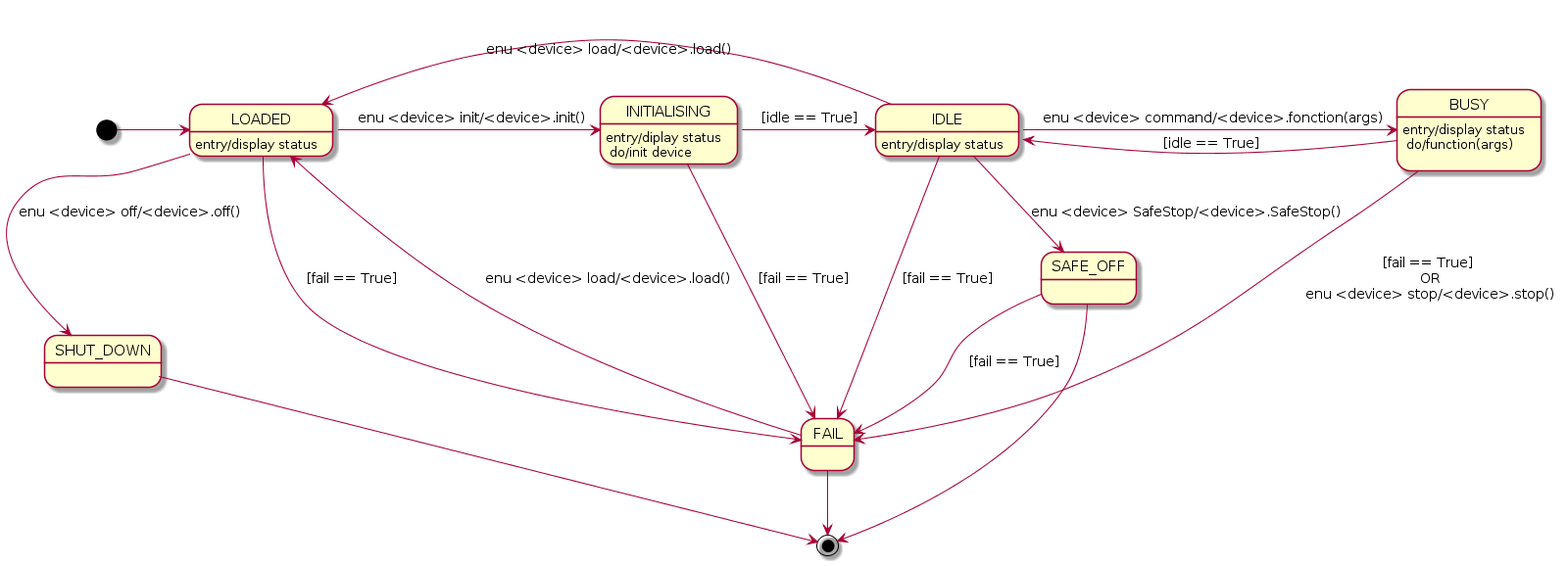
Subaru-PFS/ics_enuActor keeps this PlantUML diagram as python/docs/state_diagram.png. Above is the earlier version.
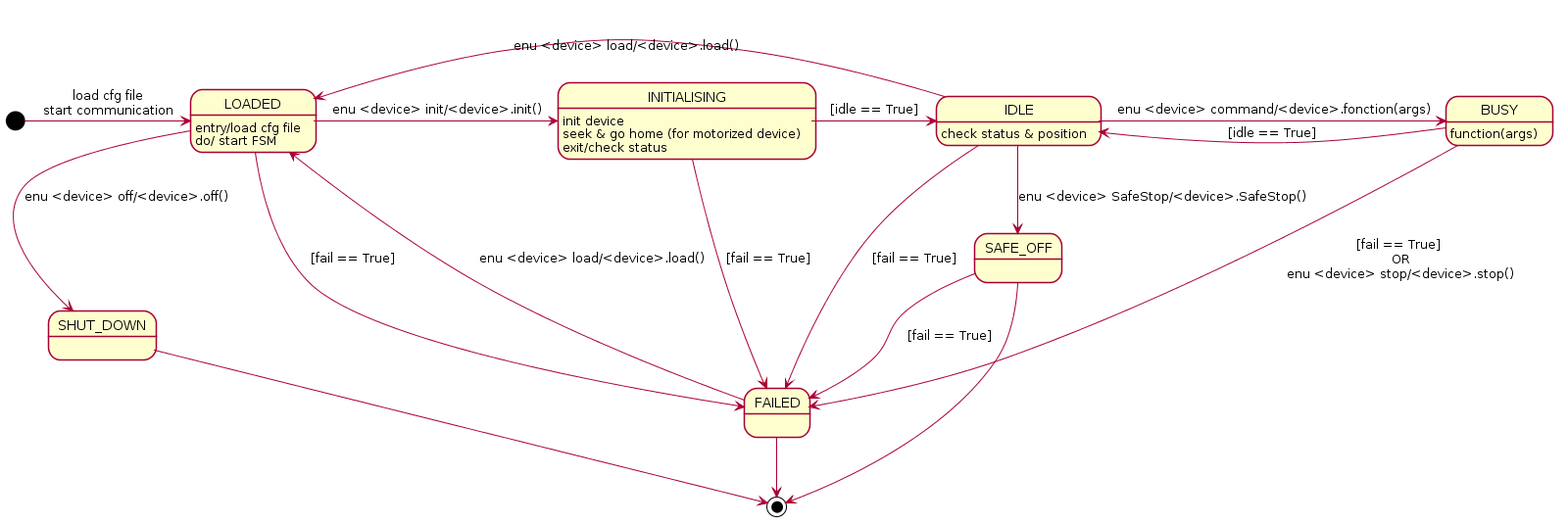
After the commit.

The edit, as a diff of the source:
```diff
@@ -1,32 +1,34 @@
 @startuml
+skinparam shadowing false
+skinparam monochrome false
 scale 1600 width
-[*] -> LOADED
+[*] -> LOADED: load cfg file\nstart communication
 
 LOADED -right--> INITIALISING: enu <device> init/<device>.init()
-INITIALISING : entry/diplay status\n do/init device
+INITIALISING : init device\nseek & go home (for motorized device)\nexit/check status
 
 IDLE --> SAFE_OFF: enu <device> SafeStop/<device>.SafeStop()
 
 LOADED --> SHUT_DOWN : enu <device> off/<device>.off()
 
-FAIL --> LOADED : enu <device> load/<device>.load()
+FAILED --> LOADED : enu <device> load/<device>.load()
 IDLE --> LOADED : enu <device> load/<device>.load()
-LOADED : entry/display status
+LOADED : entry/load cfg file\ndo/ start FSM
 
 INITIALISING -right--> IDLE : [idle == True]
 BUSY --> IDLE : [idle == True]
-IDLE : entry/display status
+IDLE : check status & position
 
 IDLE -right--> BUSY : enu <device> command/<device>.fonction(args)
-BUSY : entry?display status\n do/function(args)\n
+BUSY : function(args)
 
-INITIALISING --> FAIL : [fail == True]
-SAFE_OFF --> FAIL : [fail == True]
-LOADED --> FAIL : [fail == True]
-IDLE --> FAIL : [fail == True]
-BUSY --> FAIL : [fail == True]\n OR\n enu <device> stop/<device>.stop()
+INITIALISING --> FAILED : [fail == True]
+SAFE_OFF --> FAILED : [fail == True]
+LOADED --> FAILED : [fail == True]
+IDLE --> FAILED : [fail == True]
+BUSY --> FAILED : [fail == True]\n OR\n enu <device> stop/<device>.stop()
 
 SHUT_DOWN --> [*]
-FAIL --> [*]
+FAILED --> [*]
 SAFE_OFF --> [*]
 @enduml
```
